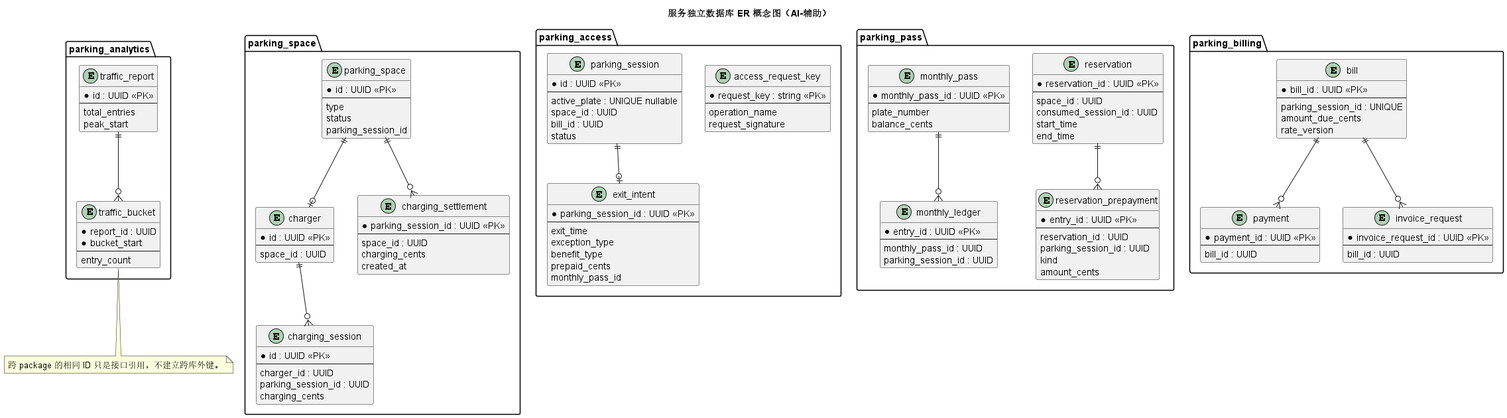
Earlier version of the PlantUML export models/rendered/16-service-er.png (Gindama713/UMLWORK).
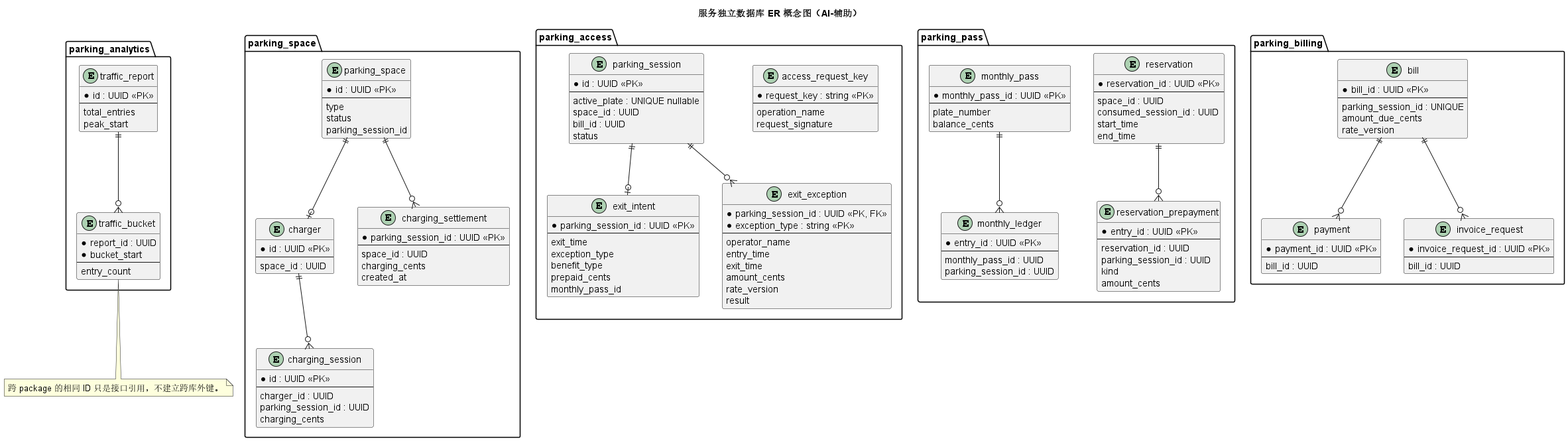
Above is the later version.

The edit, as a diff of the source:
```diff
@@ -48,6 +48,17 @@
     prepaid_cents
     monthly_pass_id
   }
+  entity exit_exception {
+    * parking_session_id : UUID <<PK, FK>>
+    * exception_type : string <<PK>>
+    --
+    operator_name
+    entry_time
+    exit_time
+    amount_cents
+    rate_version
+    result
+  }
   entity parking_session {
     * id : UUID <<PK>>
     --
@@ -57,6 +68,7 @@
     status
   }
   parking_session ||--o| exit_intent
+  parking_session ||--o{ exit_exception
 }
 package "parking_pass" {
   entity reservation {
```
